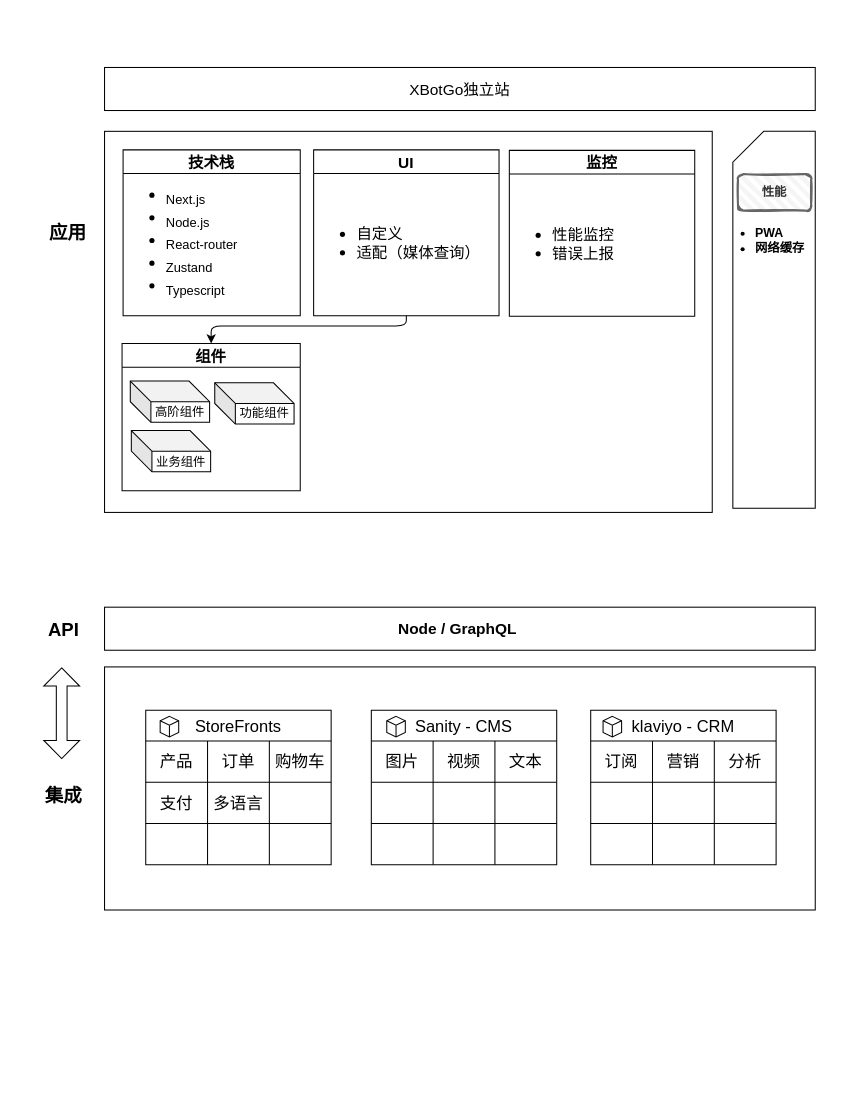
Above: 未命名绘图.drawio in xiaoxing92/web-app (draw.io), before the change. Source tidied: cells renumbered, new cells numbered last; positions are measured from the earlier drawing's top-left corner, leaving out a move shared by most shapes. Both pictures are drawn from the tidied source at 103%, with x=0, y=0 at pixel (32, 67).
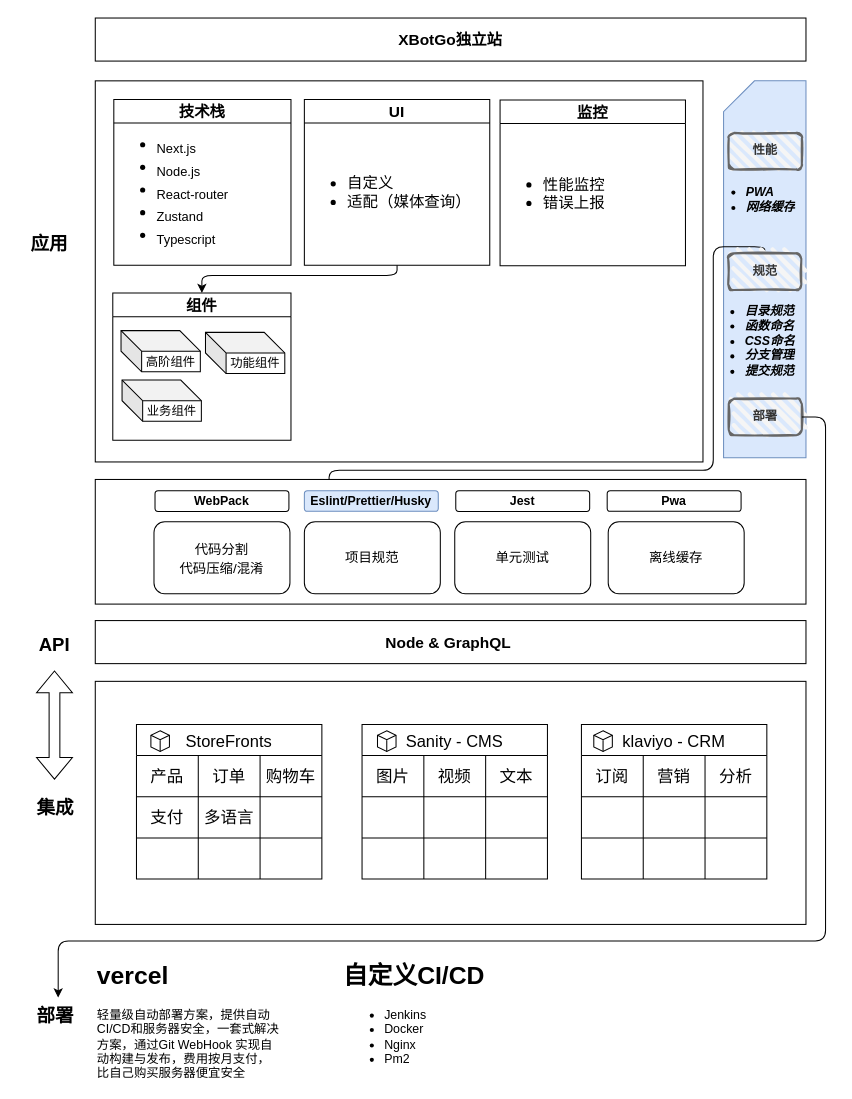
After the change.

Commit message (it also covers changes not shown here):
更新未命名绘图.drawio

Diff of the diagram source:
```diff
@@
-    <mxCell id="2" value="&lt;font&gt;XBotGo独立站&lt;/font&gt;" style="rounded=0;whiteSpace=wrap;html=1;labelBackgroundColor=none;fontSize=15;" parent="1" vertex="1">
-      <mxGeometry x="70" width="690" height="41.8" as="geometry" />
+    <mxCell id="2" value="&lt;font&gt;XBotGo独立站&lt;/font&gt;" style="rounded=0;whiteSpace=wrap;html=1;labelBackgroundColor=none;fontSize=15;fontStyle=1;" parent="1" vertex="1">
+      <mxGeometry x="61" y="-48" width="690" height="41.8" as="geometry" />
     </mxCell>
-    <mxCell id="3" value="&lt;font style=&quot;font-size: 15px;&quot;&gt;&lt;b&gt;Node / GraphQL&amp;nbsp;&lt;/b&gt;&lt;/font&gt;" style="rounded=0;whiteSpace=wrap;html=1;labelBackgroundColor=none;" parent="1" vertex="1">
-      <mxGeometry x="70" y="524" width="690" height="41.8" as="geometry" />
+    <mxCell id="3" value="&lt;font style=&quot;font-size: 15px;&quot;&gt;&lt;b&gt;Node &amp;amp; GraphQL&amp;nbsp;&lt;/b&gt;&lt;/font&gt;" style="rounded=0;whiteSpace=wrap;html=1;labelBackgroundColor=none;" parent="1" vertex="1">
+      <mxGeometry x="61" y="537" width="690" height="41.8" as="geometry" />
     </mxCell>
     <mxCell id="4" value="应用" style="text;html=1;align=center;verticalAlign=middle;strokeColor=none;fillColor=none;fontStyle=1;fontSize=18;labelBackgroundColor=none;rounded=0;" parent="1" vertex="1">
-      <mxGeometry x="4" y="141" width="60" height="40" as="geometry" />
+      <mxGeometry x="-14" y="152" width="60" height="40" as="geometry" />
     </mxCell>
     <mxCell id="5" value="API" style="text;html=1;align=center;verticalAlign=middle;strokeColor=none;fillColor=none;fontStyle=1;fontSize=18;labelBackgroundColor=none;rounded=0;" parent="1" vertex="1">
-      <mxGeometry x="5" y="526" width="50" height="40" as="geometry" />
+      <mxGeometry x="-4" y="541" width="50" height="40" as="geometry" />
     </mxCell>
     <mxCell id="6" style="rounded=0;whiteSpace=wrap;html=1;labelBackgroundColor=none;" parent="1" vertex="1">
-      <mxGeometry x="70" y="582" width="690" height="236" as="geometry" />
+      <mxGeometry x="61" y="596" width="690" height="236" as="geometry" />
     </mxCell>
     <mxCell id="7" value="StoreFronts" style="shape=table;startSize=30;childLayout=tableLayout;fontSize=16;labelBackgroundColor=none;rounded=0;" parent="1" vertex="1">
-      <mxGeometry x="110" y="624" width="180" height="150" as="geometry" />
+      <mxGeometry x="101" y="638" width="180" height="150" as="geometry" />
     </mxCell>
@@
     <mxCell id="20" value="Sanity - CMS" style="shape=table;startSize=30;childLayout=tableLayout;fontSize=16;labelBackgroundColor=none;rounded=0;" parent="1" vertex="1">
-      <mxGeometry x="329" y="624" width="180" height="150" as="geometry" />
+      <mxGeometry x="320" y="638" width="180" height="150" as="geometry" />
     </mxCell>
@@
     <mxCell id="33" value="klaviyo - CRM" style="shape=table;startSize=30;childLayout=tableLayout;fontSize=16;labelBackgroundColor=none;rounded=0;" parent="1" vertex="1">
-      <mxGeometry x="542" y="624" width="180" height="150" as="geometry" />
+      <mxGeometry x="533" y="638" width="180" height="150" as="geometry" />
     </mxCell>
@@
     <mxCell id="46" value="集成" style="text;html=1;align=center;verticalAlign=middle;strokeColor=none;fillColor=none;fontStyle=1;fontSize=18;labelBackgroundColor=none;rounded=0;" parent="1" vertex="1">
-      <mxGeometry y="688" width="60" height="40" as="geometry" />
+      <mxGeometry x="-8" y="699" width="60" height="40" as="geometry" />
     </mxCell>
     <mxCell id="47" style="shape=doubleArrow;whiteSpace=wrap;html=1;direction=south;labelBackgroundColor=none;rounded=0;" parent="1" vertex="1">
-      <mxGeometry x="11" y="583" width="34.8" height="88" as="geometry" />
+      <mxGeometry x="4" y="586" width="34.8" height="105" as="geometry" />
     </mxCell>
     <mxCell id="48" style="html=1;whiteSpace=wrap;shape=isoCube2;backgroundOutline=1;isoAngle=15;" parent="1" vertex="1">
-      <mxGeometry x="124" y="630" width="18" height="20" as="geometry" />
+      <mxGeometry x="115" y="644" width="18" height="20" as="geometry" />
     </mxCell>
     <mxCell id="49" style="html=1;whiteSpace=wrap;shape=isoCube2;backgroundOutline=1;isoAngle=15;" parent="1" vertex="1">
-      <mxGeometry x="344" y="630" width="18" height="20" as="geometry" />
+      <mxGeometry x="335" y="644" width="18" height="20" as="geometry" />
     </mxCell>
     <mxCell id="50" style="html=1;whiteSpace=wrap;shape=isoCube2;backgroundOutline=1;isoAngle=15;" parent="1" vertex="1">
-      <mxGeometry x="554" y="630" width="18" height="20" as="geometry" />
+      <mxGeometry x="545" y="644" width="18" height="20" as="geometry" />
     </mxCell>
     <mxCell id="51" style="rounded=0;whiteSpace=wrap;html=1;fontSize=15;" parent="1" vertex="1">
-      <mxGeometry x="70" y="62" width="590" height="370" as="geometry" />
+      <mxGeometry x="61" y="13" width="590" height="370" as="geometry" />
     </mxCell>
     <mxCell id="52" value="技术栈" style="swimlane;fontSize=15;" parent="1" vertex="1">
-      <mxGeometry x="88" y="80" width="172" height="161" as="geometry" />
+      <mxGeometry x="79" y="31" width="172" height="161" as="geometry" />
     </mxCell>
@@
     <mxCell id="54" style="edgeStyle=orthogonalEdgeStyle;jettySize=auto;html=1;entryX=0.5;entryY=0;entryDx=0;entryDy=0;" parent="1" edge="1" source="55" target="59">
       <mxGeometry relative="1" as="geometry">
         <Array as="points">
-          <mxPoint x="363" y="251" />
-          <mxPoint x="174" y="251" />
+          <mxPoint x="354" y="202" />
+          <mxPoint x="165" y="202" />
         </Array>
       </mxGeometry>
     </mxCell>
     <mxCell id="55" value="UI" style="swimlane;fontSize=15;" parent="1" vertex="1">
-      <mxGeometry x="273" y="80" width="180" height="161" as="geometry" />
+      <mxGeometry x="264" y="31" width="180" height="161" as="geometry" />
     </mxCell>
@@
     <mxCell id="57" value="监控" style="swimlane;fontSize=15;" parent="1" vertex="1">
-      <mxGeometry x="463" y="80.5" width="180" height="161" as="geometry" />
+      <mxGeometry x="454" y="31.5" width="180" height="161" as="geometry" />
     </mxCell>
@@
     <mxCell id="59" value="组件" style="swimlane;fontSize=15;" parent="1" vertex="1">
-      <mxGeometry x="87" y="268" width="173" height="143" as="geometry" />
+      <mxGeometry x="78" y="219" width="173" height="143" as="geometry" />
     </mxCell>
@@
     <mxCell id="62" value="业务组件" style="shape=cube;whiteSpace=wrap;html=1;boundedLbl=1;backgroundOutline=1;darkOpacity=0.05;darkOpacity2=0.1;" parent="1" vertex="1">
-      <mxGeometry x="96" y="352.5" width="77" height="40" as="geometry" />
+      <mxGeometry x="87" y="303.5" width="77" height="40" as="geometry" />
     </mxCell>
-    <mxCell id="63" style="shape=card;whiteSpace=wrap;html=1;" parent="1" vertex="1">
-      <mxGeometry x="680" y="62" width="80" height="366" as="geometry" />
+    <mxCell id="63" style="shape=card;whiteSpace=wrap;html=1;fillColor=#dae8fc;strokeColor=#6c8ebf;" parent="1" vertex="1">
+      <mxGeometry x="671" y="13" width="80" height="366" as="geometry" />
     </mxCell>
     <mxCell id="64" value="&lt;b&gt;性能&lt;/b&gt;" style="rounded=1;whiteSpace=wrap;html=1;strokeWidth=2;fillWeight=4;hachureGap=8;hachureAngle=45;sketch=1;fillColor=#f5f5f5;fontColor=#333333;strokeColor=#666666;" parent="1" vertex="1">
-      <mxGeometry x="685" y="103.5" width="71" height="35.5" as="geometry" />
+      <mxGeometry x="676" y="63.5" width="71" height="35.5" as="geometry" />
     </mxCell>
-    <mxCell id="65" value="&lt;ul&gt;&lt;li&gt;PWA&lt;/li&gt;&lt;li&gt;网络缓存&lt;/li&gt;&lt;/ul&gt;" style="text;strokeColor=none;fillColor=none;html=1;whiteSpace=wrap;verticalAlign=middle;overflow=hidden;labelBorderColor=none;fontStyle=1;" parent="1" vertex="1">
-      <mxGeometry x="660" y="128" width="100" height="80" as="geometry" />
+    <mxCell id="65" value="&lt;ul&gt;&lt;li&gt;PWA&lt;/li&gt;&lt;li&gt;网络缓存&lt;/li&gt;&lt;/ul&gt;" style="text;strokeColor=none;fillColor=none;html=1;whiteSpace=wrap;verticalAlign=middle;overflow=hidden;labelBorderColor=none;fontStyle=3;" parent="1" vertex="1">
+      <mxGeometry x="651" y="88" width="100" height="80" as="geometry" />
     </mxCell>
+    <mxCell id="66" style="edgeStyle=orthogonalEdgeStyle;jettySize=auto;html=1;fontStyle=0;shadow=0;jumpStyle=gap;" parent="1" edge="1" source="67" target="70">
+      <mxGeometry relative="1" as="geometry">
+        <Array as="points">
+          <mxPoint x="661" y="174" />
+          <mxPoint x="661" y="391" />
+          <mxPoint x="288" y="391" />
+        </Array>
+      </mxGeometry>
+    </mxCell>
+    <mxCell id="67" value="&lt;b&gt;规范&lt;/b&gt;" style="rounded=1;whiteSpace=wrap;html=1;strokeWidth=2;fillWeight=4;hachureGap=8;hachureAngle=45;sketch=1;fillColor=#f5f5f5;fontColor=#333333;strokeColor=#666666;" parent="1" vertex="1">
+      <mxGeometry x="675.5" y="180.5" width="71" height="35.5" as="geometry" />
+    </mxCell>
+    <mxCell id="68" style="rounded=0;whiteSpace=wrap;html=1;labelBackgroundColor=none;fontSize=15;" parent="1" vertex="1">
+      <mxGeometry x="61" y="400" width="690" height="121" as="geometry" />
+    </mxCell>
+    <mxCell id="69" value="WebPack" style="rounded=1;whiteSpace=wrap;html=1;fontStyle=1;fontSize=12;" parent="1" vertex="1">
+      <mxGeometry x="119" y="411" width="130" height="20" as="geometry" />
+    </mxCell>
+    <mxCell id="70" value="Eslint/Prettier/Husky" style="rounded=1;whiteSpace=wrap;html=1;fontStyle=1;fillColor=#dae8fc;strokeColor=#6c8ebf;fontSize=12;" parent="1" vertex="1">
+      <mxGeometry x="264" y="410.9" width="130" height="20" as="geometry" />
+    </mxCell>
+    <mxCell id="71" value="Jest" style="rounded=1;whiteSpace=wrap;html=1;fontStyle=1;fontSize=12;" parent="1" vertex="1">
+      <mxGeometry x="411" y="411" width="130" height="20" as="geometry" />
+    </mxCell>
+    <mxCell id="72" value="Pwa" style="rounded=1;whiteSpace=wrap;html=1;fontStyle=1;fontSize=12;" parent="1" vertex="1">
+      <mxGeometry x="558" y="410.9" width="130" height="20" as="geometry" />
+    </mxCell>
+    <mxCell id="73" value="&lt;ul&gt;&lt;li&gt;目录规范&lt;/li&gt;&lt;li&gt;函数命名&lt;/li&gt;&lt;li&gt;CSS命名&lt;/li&gt;&lt;li&gt;分支管理&lt;/li&gt;&lt;li&gt;提交规范&lt;/li&gt;&lt;/ul&gt;" style="text;strokeColor=none;fillColor=none;html=1;whiteSpace=wrap;verticalAlign=middle;overflow=hidden;labelBorderColor=none;fontStyle=3;horizontal=1;" parent="1" vertex="1">
+      <mxGeometry x="650" y="215.5" width="100" height="98.5" as="geometry" />
+    </mxCell>
+    <mxCell id="74" value="&lt;sub&gt;&lt;font style=&quot;font-size: 13px;&quot;&gt;代码分割&lt;/font&gt;&lt;/sub&gt;&lt;div&gt;&lt;sub&gt;&lt;font style=&quot;font-size: 13px;&quot;&gt;代码压缩/混淆&lt;/font&gt;&lt;/sub&gt;&lt;/div&gt;" style="rounded=1;whiteSpace=wrap;html=1;align=center;" parent="1" vertex="1">
+      <mxGeometry x="118" y="441" width="132" height="70" as="geometry" />
+    </mxCell>
+    <mxCell id="75" value="&lt;span style=&quot;font-size: 13px;&quot;&gt;项目规范&lt;/span&gt;" style="rounded=1;whiteSpace=wrap;html=1;align=center;" parent="1" vertex="1">
+      <mxGeometry x="264" y="441" width="132" height="70" as="geometry" />
+    </mxCell>
+    <mxCell id="76" value="&lt;span style=&quot;font-size: 13px;&quot;&gt;单元测试&lt;/span&gt;" style="rounded=1;whiteSpace=wrap;html=1;align=center;" parent="1" vertex="1">
+      <mxGeometry x="410" y="441" width="132" height="70" as="geometry" />
+    </mxCell>
+    <mxCell id="77" value="&lt;span style=&quot;font-size: 13px;&quot;&gt;离线缓存&lt;/span&gt;" style="rounded=1;whiteSpace=wrap;html=1;align=center;" parent="1" vertex="1">
+      <mxGeometry x="559" y="441" width="132" height="70" as="geometry" />
+    </mxCell>
+    <mxCell id="78" value="&lt;b&gt;部署&lt;/b&gt;" style="rounded=1;whiteSpace=wrap;html=1;strokeWidth=2;fillWeight=4;hachureGap=8;hachureAngle=45;sketch=1;fillColor=#f5f5f5;fontColor=#333333;strokeColor=#666666;" parent="1" vertex="1">
+      <mxGeometry x="676" y="321.5" width="71" height="35.5" as="geometry" />
+    </mxCell>
+    <mxCell id="79" value="&lt;h1 style=&quot;margin-top: 0px;&quot;&gt;vercel&lt;/h1&gt;&lt;p&gt;轻量级自动部署方案，提供自动CI/CD和服务器安全，一套式解决方案，通过Git WebHook 实现自动构建与发布，费用按月支付，比自己购买服务器便宜安全&lt;/p&gt;" style="text;html=1;whiteSpace=wrap;overflow=hidden;rounded=0;" parent="1" vertex="1">
+      <mxGeometry x="61" y="861" width="180" height="120" as="geometry" />
+    </mxCell>
+    <mxCell id="80" value="&lt;h1 style=&quot;margin-top: 0px;&quot;&gt;自定义CI/CD&lt;/h1&gt;&lt;ul&gt;&lt;li style=&quot;&quot;&gt;Jenkins&lt;/li&gt;&lt;li style=&quot;&quot;&gt;Docker&lt;/li&gt;&lt;li style=&quot;&quot;&gt;Nginx&lt;/li&gt;&lt;li style=&quot;&quot;&gt;Pm2&lt;/li&gt;&lt;/ul&gt;&lt;p&gt;&lt;/p&gt;" style="text;html=1;whiteSpace=wrap;overflow=hidden;rounded=0;" parent="1" vertex="1">
+      <mxGeometry x="300" y="861" width="180" height="120" as="geometry" />
+    </mxCell>
+    <mxCell id="81" value="部署" style="text;html=1;align=center;verticalAlign=middle;points=[];strokeColor=none;fillColor=none;fontStyle=1;fontSize=18;labelBackgroundColor=none;rounded=0;" parent="1" vertex="1">
+      <mxGeometry x="-8" y="901" width="60" height="40" as="geometry" />
+    </mxCell>
+    <mxCell id="82" style="edgeStyle=orthogonalEdgeStyle;jettySize=auto;html=1;entryX=0.55;entryY=0.05;entryDx=0;entryDy=0;entryPerimeter=0;" parent="1" edge="1" source="78" target="81">
+      <mxGeometry relative="1" as="geometry">
+        <Array as="points">
+          <mxPoint x="770" y="339" />
+          <mxPoint x="770" y="848" />
+          <mxPoint x="25" y="848" />
+        </Array>
+      </mxGeometry>
+    </mxCell>
```
